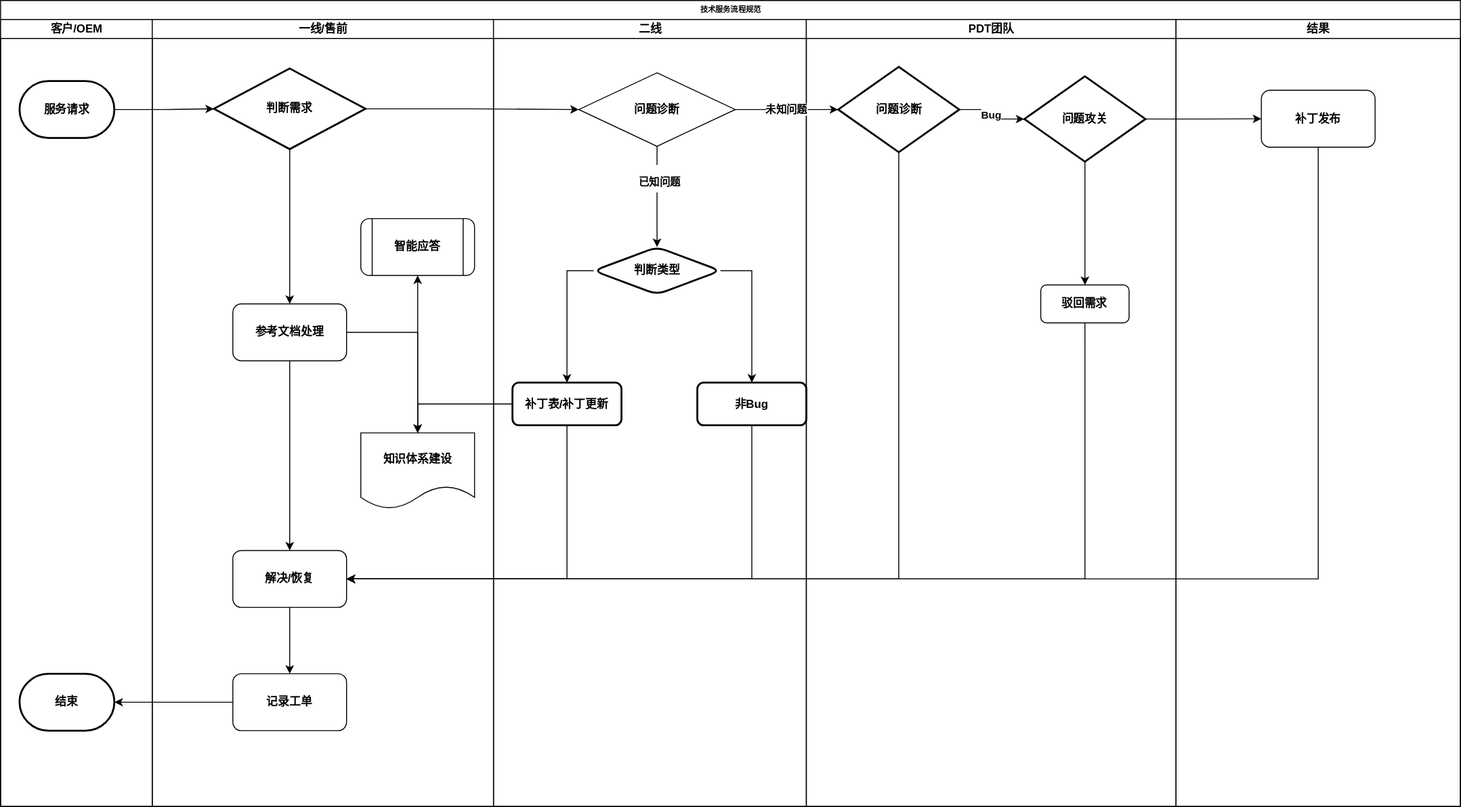
Above: 流程规范及制度.drawio.svg in lawesen/lcgfzd (draw.io), before the change. Source tidied: cells renumbered, new cells last; positions are measured from the earlier drawing's top-left corner, leaving out a move shared by most shapes.
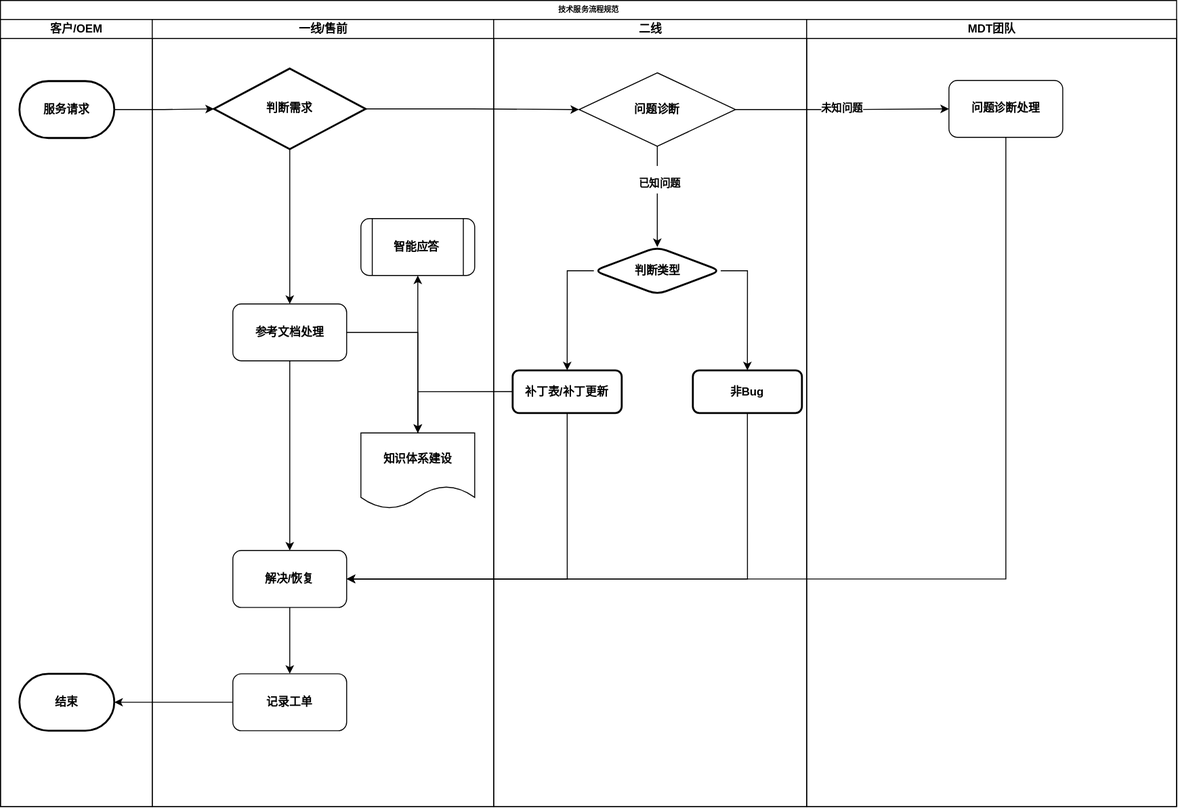
Later version of the same file.

Commit message:
更新流程规范及制度.drawio.svg

What changed in the source:
```diff
@@ -3,7 +3,7 @@
     <mxCell id="0" />
     <mxCell id="1" parent="0" />
     <mxCell id="2" value="技术服务流程规范" style="swimlane;html=1;startSize=20;rounded=0;shadow=0;labelBackgroundColor=none;strokeWidth=1;fontFamily=Verdana;fontSize=8;align=center;fontStyle=1;" parent="1" vertex="1">
-      <mxGeometry width="1540" height="850" as="geometry" />
+      <mxGeometry width="1240" height="850" as="geometry" />
     </mxCell>
     <mxCell id="3" value="客户/OEM" style="swimlane;html=1;startSize=20;fontStyle=1;" parent="2" vertex="1">
       <mxGeometry y="20" width="160" height="830" as="geometry" />
@@ -14,9 +14,6 @@
     <mxCell id="5" value="结束" style="strokeWidth=2;html=1;shape=mxgraph.flowchart.terminator;whiteSpace=wrap;fontStyle=1;" parent="3" vertex="1">
       <mxGeometry x="20" y="690" width="100" height="60" as="geometry" />
     </mxCell>
-    <mxCell id="6" style="edgeStyle=orthogonalEdgeStyle;rounded=0;jettySize=auto;html=1;exitX=0.5;exitY=1;exitDx=0;exitDy=0;entryX=1;entryY=0.5;entryDx=0;entryDy=0;fontStyle=1;" parent="2" edge="1" source="36" target="12">
-      <mxGeometry relative="1" as="geometry" />
-    </mxCell>
     <mxCell id="7" value="一线/售前" style="swimlane;html=1;startSize=20;fontStyle=1;" parent="2" vertex="1">
       <mxGeometry x="160" y="20" width="360" height="830" as="geometry" />
     </mxCell>
@@ -75,56 +72,30 @@
       <mxGeometry x="105.6" y="240" width="133.8" height="50" as="geometry" />
     </mxCell>
     <mxCell id="26" value="非Bug" style="rounded=1;whiteSpace=wrap;html=1;strokeWidth=2;fontStyle=1;" parent="19" vertex="1">
-      <mxGeometry x="215" y="383" width="115" height="45" as="geometry" />
+      <mxGeometry x="210" y="370" width="115" height="45" as="geometry" />
     </mxCell>
     <mxCell id="27" value="补丁表/补丁更新" style="rounded=1;whiteSpace=wrap;html=1;strokeWidth=2;fontStyle=1;" parent="19" vertex="1">
-      <mxGeometry x="20" y="383" width="115" height="45" as="geometry" />
+      <mxGeometry x="20" y="370" width="115" height="45" as="geometry" />
     </mxCell>
     <mxCell id="28" style="edgeStyle=orthogonalEdgeStyle;rounded=0;jettySize=auto;html=1;exitX=0;exitY=0.5;exitDx=0;exitDy=0;entryX=1;entryY=0.5;entryDx=0;entryDy=0;entryPerimeter=0;fontStyle=1;" parent="2" edge="1" source="13" target="5">
       <mxGeometry relative="1" as="geometry" />
     </mxCell>
-    <mxCell id="29" style="edgeStyle=orthogonalEdgeStyle;rounded=0;jettySize=auto;html=1;exitX=0.5;exitY=1;exitDx=0;exitDy=0;entryX=1;entryY=0.5;entryDx=0;entryDy=0;fontStyle=1;" parent="2" edge="1" source="47" target="12">
-      <mxGeometry relative="1" as="geometry" />
-    </mxCell>
     <mxCell id="30" style="group;fontStyle=1;" parent="2" vertex="1">
       <mxGeometry x="850" y="20" width="390" height="830" as="geometry" />
     </mxCell>
-    <mxCell id="31" value="PDT团队" style="swimlane;html=1;startSize=20;fontStyle=1;" parent="30" vertex="1">
+    <mxCell id="31" value="MDT团队" style="swimlane;html=1;startSize=20;fontStyle=1;" parent="30" vertex="1">
       <mxGeometry width="390" height="830" as="geometry" />
     </mxCell>
-    <mxCell id="32" value="问题诊断" style="rhombus;whiteSpace=wrap;html=1;strokeWidth=2;fontStyle=1;" parent="31" vertex="1">
-      <mxGeometry x="33.6" y="50" width="127.8" height="90" as="geometry" />
-    </mxCell>
-    <mxCell id="33" value="问题攻关" style="rhombus;whiteSpace=wrap;html=1;strokeWidth=2;fontStyle=1;" parent="31" vertex="1">
-      <mxGeometry x="230" y="60" width="127.8" height="90" as="geometry" />
-    </mxCell>
-    <mxCell id="34" style="edgeStyle=orthogonalEdgeStyle;rounded=0;jettySize=auto;html=1;exitX=1;exitY=0.5;exitDx=0;exitDy=0;entryX=0;entryY=0.5;entryDx=0;entryDy=0;fontStyle=1;" parent="31" edge="1" source="32" target="33">
-      <mxGeometry relative="1" as="geometry" />
-    </mxCell>
-    <mxCell id="35" value="Bug" style="edgeLabel;html=1;align=center;verticalAlign=middle;fontStyle=1;" parent="34" vertex="1">
-      <mxGeometry x="0.01" relative="1" as="geometry">
-        <mxPoint x="-1" as="offset" />
-      </mxGeometry>
-    </mxCell>
-    <mxCell id="36" value="驳回需求" style="whiteSpace=wrap;html=1;rounded=1;fontStyle=1;" parent="31" vertex="1">
-      <mxGeometry x="247.3" y="280" width="93.2" height="40" as="geometry" />
-    </mxCell>
-    <mxCell id="37" style="edgeStyle=orthogonalEdgeStyle;rounded=0;jettySize=auto;html=1;exitX=0.5;exitY=1;exitDx=0;exitDy=0;fontStyle=1;" parent="31" edge="1" source="33" target="36">
-      <mxGeometry relative="1" as="geometry" />
-    </mxCell>
+    <mxCell id="48" value="问题诊断处理" style="rounded=1;whiteSpace=wrap;html=1;fontStyle=1;" parent="31" vertex="1">
+      <mxGeometry x="150" y="64.2" width="120" height="60" as="geometry" />
+    </mxCell>
     <mxCell id="38" style="edgeStyle=orthogonalEdgeStyle;rounded=0;jettySize=auto;html=1;fontStyle=1;" parent="2" edge="1" source="4" target="15">
       <mxGeometry relative="1" as="geometry" />
     </mxCell>
-    <mxCell id="39" style="edgeStyle=orthogonalEdgeStyle;rounded=0;jettySize=auto;html=1;exitX=1;exitY=0.5;exitDx=0;exitDy=0;entryX=0;entryY=0.5;entryDx=0;entryDy=0;fontStyle=1;" parent="2" edge="1" source="33" target="47">
-      <mxGeometry relative="1" as="geometry" />
-    </mxCell>
-    <mxCell id="40" style="edgeStyle=orthogonalEdgeStyle;rounded=0;jettySize=auto;html=1;exitX=0.5;exitY=1;exitDx=0;exitDy=0;entryX=1;entryY=0.5;entryDx=0;entryDy=0;fontStyle=1;" parent="2" edge="1" source="32" target="12">
-      <mxGeometry relative="1" as="geometry" />
-    </mxCell>
     <mxCell id="41" style="edgeStyle=orthogonalEdgeStyle;rounded=0;jettySize=auto;html=1;exitX=1;exitY=0.5;exitDx=0;exitDy=0;entryX=0;entryY=0.5;entryDx=0;entryDy=0;fontStyle=1;" parent="2" edge="1" source="15" target="22">
       <mxGeometry relative="1" as="geometry" />
     </mxCell>
-    <mxCell id="42" value="未知问题" style="edgeStyle=orthogonalEdgeStyle;rounded=0;jettySize=auto;html=1;exitX=1;exitY=0.5;exitDx=0;exitDy=0;entryX=0;entryY=0.5;entryDx=0;entryDy=0;fontStyle=1;" parent="2" edge="1" source="22" target="32">
+    <mxCell id="42" value="未知问题" style="edgeStyle=orthogonalEdgeStyle;rounded=0;jettySize=auto;html=1;exitX=1;exitY=0.5;exitDx=0;exitDy=0;fontStyle=1;" parent="2" edge="1" source="22" target="48">
       <mxGeometry relative="1" as="geometry" />
     </mxCell>
     <mxCell id="43" style="edgeStyle=orthogonalEdgeStyle;rounded=0;jettySize=auto;html=1;exitX=0.5;exitY=1;exitDx=0;exitDy=0;entryX=1;entryY=0.5;entryDx=0;entryDy=0;fontStyle=1;" parent="2" edge="1" source="26" target="12">
@@ -136,11 +107,8 @@
     <mxCell id="45" style="edgeStyle=orthogonalEdgeStyle;rounded=0;jettySize=auto;html=1;exitX=0;exitY=0.5;exitDx=0;exitDy=0;entryX=0.5;entryY=0;entryDx=0;entryDy=0;" parent="2" edge="1" source="27" target="17">
       <mxGeometry relative="1" as="geometry" />
     </mxCell>
-    <mxCell id="46" value="结果" style="swimlane;html=1;startSize=20;fontStyle=1;" parent="2" vertex="1">
-      <mxGeometry x="1240" y="20" width="300" height="830" as="geometry" />
-    </mxCell>
-    <mxCell id="47" value="补丁发布" style="whiteSpace=wrap;html=1;rounded=1;fontStyle=1;" parent="46" vertex="1">
-      <mxGeometry x="90" y="74.8" width="120" height="60" as="geometry" />
-    </mxCell>
+    <mxCell id="49" style="edgeStyle=orthogonalEdgeStyle;rounded=0;jettySize=auto;html=1;exitX=0.5;exitY=1;exitDx=0;exitDy=0;entryX=1;entryY=0.5;entryDx=0;entryDy=0;fontSize=10;" parent="2" edge="1" source="48" target="12">
+      <mxGeometry relative="1" as="geometry" />
+    </mxCell>
   </root>
 </mxGraphModel>
```
